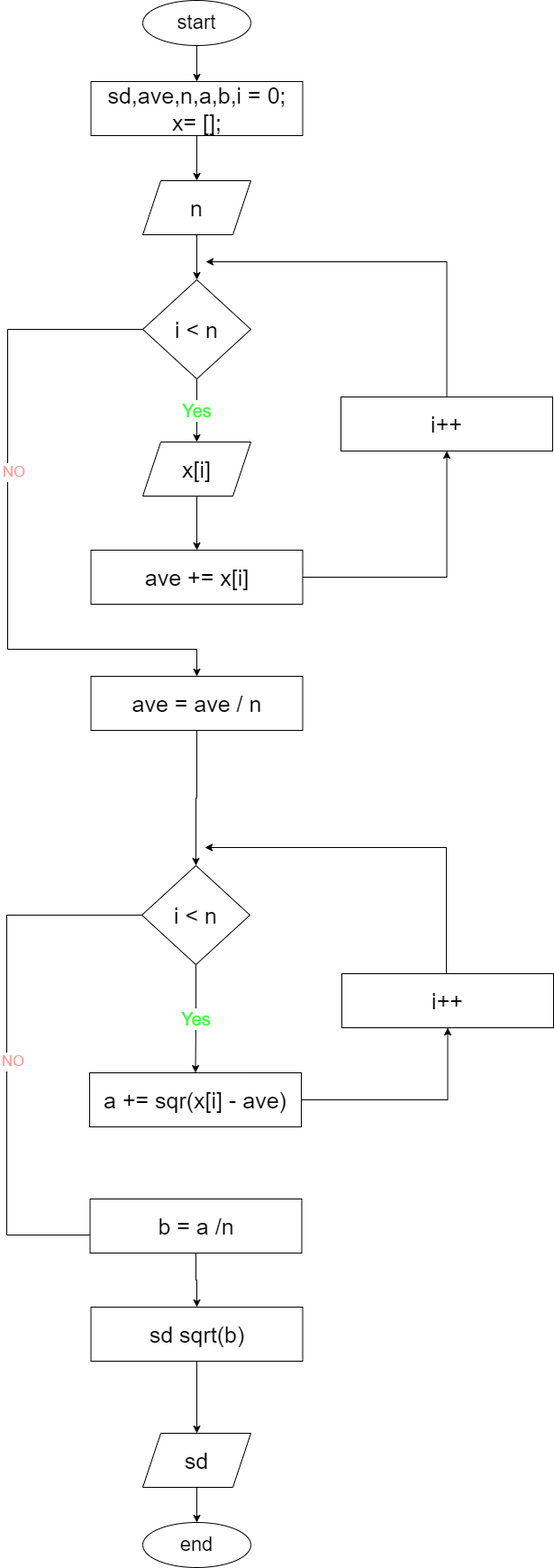
Above: Algorithms/Standard Deviation.drawio.png in 5alafawyyy/Cloud-Native-Base-Camp (draw.io), before the change. Source tidied: cells renumbered, new cells last; positions are measured from the earlier drawing's top-left corner, leaving out a move shared by most shapes. Source of this version:
```xml
<mxGraphModel>
  <root>
    <mxCell id="0" />
    <mxCell id="1" parent="0" />
    <mxCell id="2" style="edgeStyle=orthogonalEdgeStyle;rounded=0;jettySize=auto;html=1;" parent="1" edge="1" source="3" target="5">
      <mxGeometry relative="1" as="geometry" />
    </mxCell>
    <mxCell id="3" value="&lt;font style=&quot;font-size: 22px;&quot;&gt;start&lt;/font&gt;" style="ellipse;whiteSpace=wrap;html=1;" parent="1" vertex="1">
      <mxGeometry x="151" width="120" height="50" as="geometry" />
    </mxCell>
    <mxCell id="4" style="edgeStyle=orthogonalEdgeStyle;rounded=0;jettySize=auto;html=1;" parent="1" edge="1" source="5" target="7">
      <mxGeometry relative="1" as="geometry" />
    </mxCell>
    <mxCell id="5" value="&lt;font style=&quot;font-size: 25px;&quot;&gt;sd,ave,n,a,b,i = 0;&lt;br&gt;x= [];&lt;/font&gt;" style="rounded=0;whiteSpace=wrap;html=1;" parent="1" vertex="1">
      <mxGeometry x="93.5" y="90" width="235" height="60" as="geometry" />
    </mxCell>
    <mxCell id="6" style="edgeStyle=orthogonalEdgeStyle;rounded=0;jettySize=auto;html=1;" parent="1" edge="1" source="7" target="11">
      <mxGeometry relative="1" as="geometry" />
    </mxCell>
    <mxCell id="7" value="&lt;font style=&quot;font-size: 25px;&quot;&gt;n&lt;/font&gt;" style="shape=parallelogram;perimeter=parallelogramPerimeter;whiteSpace=wrap;html=1;fixedSize=1;" parent="1" vertex="1">
      <mxGeometry x="151" y="200" width="120" height="60" as="geometry" />
    </mxCell>
    <mxCell id="8" value="&lt;font color=&quot;#33ff33&quot; style=&quot;font-size: 20px;&quot;&gt;Yes&lt;/font&gt;" style="edgeStyle=orthogonalEdgeStyle;rounded=0;jettySize=auto;html=1;" parent="1" edge="1" source="11" target="13">
      <mxGeometry relative="1" as="geometry" />
    </mxCell>
    <mxCell id="9" style="edgeStyle=orthogonalEdgeStyle;rounded=0;jettySize=auto;html=1;entryX=0.5;entryY=0;entryDx=0;entryDy=0;exitX=0;exitY=0.5;exitDx=0;exitDy=0;" parent="1" edge="1" source="11" target="19">
      <mxGeometry relative="1" as="geometry">
        <Array as="points">
          <mxPoint x="1" y="365" />
          <mxPoint x="1" y="720" />
        </Array>
      </mxGeometry>
    </mxCell>
    <mxCell id="10" value="&lt;font color=&quot;#ff9999&quot; style=&quot;font-size: 17px;&quot;&gt;NO&lt;/font&gt;" style="edgeLabel;html=1;align=center;verticalAlign=middle;" parent="9" vertex="1">
      <mxGeometry x="-0.17" y="6" relative="1" as="geometry">
        <mxPoint y="-1" as="offset" />
      </mxGeometry>
    </mxCell>
    <mxCell id="11" value="&lt;font style=&quot;font-size: 25px;&quot;&gt;i &amp;lt; n&lt;/font&gt;" style="rhombus;whiteSpace=wrap;html=1;" parent="1" vertex="1">
      <mxGeometry x="151" y="310" width="120" height="110" as="geometry" />
    </mxCell>
    <mxCell id="12" style="edgeStyle=orthogonalEdgeStyle;rounded=0;jettySize=auto;html=1;entryX=0.5;entryY=0;entryDx=0;entryDy=0;" parent="1" edge="1" source="13" target="15">
      <mxGeometry relative="1" as="geometry" />
    </mxCell>
    <mxCell id="13" value="&lt;font style=&quot;font-size: 25px;&quot;&gt;x[i]&lt;/font&gt;" style="shape=parallelogram;perimeter=parallelogramPerimeter;whiteSpace=wrap;html=1;fixedSize=1;" parent="1" vertex="1">
      <mxGeometry x="151" y="490" width="120" height="60" as="geometry" />
    </mxCell>
    <mxCell id="14" style="edgeStyle=orthogonalEdgeStyle;rounded=0;jettySize=auto;html=1;entryX=0.5;entryY=1;entryDx=0;entryDy=0;" parent="1" edge="1" source="15" target="17">
      <mxGeometry relative="1" as="geometry" />
    </mxCell>
    <mxCell id="15" value="&lt;span style=&quot;font-size: 25px;&quot;&gt;ave += x[i]&lt;/span&gt;" style="rounded=0;whiteSpace=wrap;html=1;" parent="1" vertex="1">
      <mxGeometry x="93.5" y="610" width="235" height="60" as="geometry" />
    </mxCell>
    <mxCell id="16" style="edgeStyle=orthogonalEdgeStyle;rounded=0;jettySize=auto;html=1;" parent="1" edge="1" source="17">
      <mxGeometry relative="1" as="geometry">
        <mxPoint x="221" y="290" as="targetPoint" />
        <Array as="points">
          <mxPoint x="489" y="290" />
        </Array>
      </mxGeometry>
    </mxCell>
    <mxCell id="17" value="&lt;span style=&quot;font-size: 25px;&quot;&gt;i++&lt;/span&gt;" style="rounded=0;whiteSpace=wrap;html=1;" parent="1" vertex="1">
      <mxGeometry x="371" y="440" width="235" height="60" as="geometry" />
    </mxCell>
    <mxCell id="18" style="edgeStyle=orthogonalEdgeStyle;rounded=0;jettySize=auto;html=1;entryX=0.5;entryY=0;entryDx=0;entryDy=0;exitX=0.5;exitY=1;exitDx=0;exitDy=0;" parent="1" edge="1" source="19" target="23">
      <mxGeometry relative="1" as="geometry" />
    </mxCell>
    <mxCell id="19" value="&lt;span style=&quot;font-size: 25px;&quot;&gt;ave = ave / n&lt;/span&gt;" style="rounded=0;whiteSpace=wrap;html=1;" parent="1" vertex="1">
      <mxGeometry x="93.5" y="750" width="235" height="60" as="geometry" />
    </mxCell>
    <mxCell id="20" value="&lt;font color=&quot;#33ff33&quot; style=&quot;font-size: 20px;&quot;&gt;Yes&lt;/font&gt;" style="edgeStyle=orthogonalEdgeStyle;rounded=0;jettySize=auto;html=1;entryX=0.5;entryY=0;entryDx=0;entryDy=0;" parent="1" edge="1" source="23" target="25">
      <mxGeometry relative="1" as="geometry" />
    </mxCell>
    <mxCell id="21" style="edgeStyle=orthogonalEdgeStyle;rounded=0;jettySize=auto;html=1;entryX=0.5;entryY=0;entryDx=0;entryDy=0;exitX=0;exitY=0.5;exitDx=0;exitDy=0;" parent="1" edge="1" source="23" target="29">
      <mxGeometry relative="1" as="geometry">
        <Array as="points">
          <mxPoint y="1015" />
          <mxPoint y="1370" />
        </Array>
      </mxGeometry>
    </mxCell>
    <mxCell id="22" value="&lt;font color=&quot;#ff9999&quot; style=&quot;font-size: 17px;&quot;&gt;NO&lt;/font&gt;" style="edgeLabel;html=1;align=center;verticalAlign=middle;" parent="21" vertex="1">
      <mxGeometry x="-0.17" y="6" relative="1" as="geometry">
        <mxPoint y="-1" as="offset" />
      </mxGeometry>
    </mxCell>
    <mxCell id="23" value="&lt;font style=&quot;font-size: 25px;&quot;&gt;i &amp;lt; n&lt;/font&gt;" style="rhombus;whiteSpace=wrap;html=1;" parent="1" vertex="1">
      <mxGeometry x="150" y="960" width="120" height="110" as="geometry" />
    </mxCell>
    <mxCell id="24" style="edgeStyle=orthogonalEdgeStyle;rounded=0;jettySize=auto;html=1;entryX=0.5;entryY=1;entryDx=0;entryDy=0;" parent="1" edge="1" source="25" target="27">
      <mxGeometry relative="1" as="geometry" />
    </mxCell>
    <mxCell id="25" value="&lt;span style=&quot;font-size: 25px;&quot;&gt;a += sqr(x[i] - ave)&lt;/span&gt;" style="rounded=0;whiteSpace=wrap;html=1;" parent="1" vertex="1">
      <mxGeometry x="92" y="1190" width="235" height="60" as="geometry" />
    </mxCell>
    <mxCell id="26" style="edgeStyle=orthogonalEdgeStyle;rounded=0;jettySize=auto;html=1;" parent="1" edge="1" source="27">
      <mxGeometry relative="1" as="geometry">
        <mxPoint x="220" y="940" as="targetPoint" />
        <Array as="points">
          <mxPoint x="488" y="940" />
        </Array>
      </mxGeometry>
    </mxCell>
    <mxCell id="27" value="&lt;span style=&quot;font-size: 25px;&quot;&gt;i++&lt;/span&gt;" style="rounded=0;whiteSpace=wrap;html=1;" parent="1" vertex="1">
      <mxGeometry x="372" y="1080" width="235" height="60" as="geometry" />
    </mxCell>
    <mxCell id="28" style="edgeStyle=orthogonalEdgeStyle;rounded=0;jettySize=auto;html=1;" parent="1" edge="1" source="29" target="31">
      <mxGeometry relative="1" as="geometry" />
    </mxCell>
    <mxCell id="29" value="&lt;span style=&quot;font-size: 25px;&quot;&gt;b = a /n&lt;/span&gt;" style="rounded=0;whiteSpace=wrap;html=1;" parent="1" vertex="1">
      <mxGeometry x="92.5" y="1330" width="235" height="60" as="geometry" />
    </mxCell>
    <mxCell id="30" style="edgeStyle=orthogonalEdgeStyle;rounded=0;jettySize=auto;html=1;" parent="1" edge="1" source="31" target="33">
      <mxGeometry relative="1" as="geometry" />
    </mxCell>
    <mxCell id="31" value="&lt;span style=&quot;font-size: 25px;&quot;&gt;sd sqrt(b)&lt;/span&gt;" style="rounded=0;whiteSpace=wrap;html=1;" parent="1" vertex="1">
      <mxGeometry x="93.5" y="1450" width="235" height="60" as="geometry" />
    </mxCell>
    <mxCell id="32" style="edgeStyle=orthogonalEdgeStyle;rounded=0;jettySize=auto;html=1;" parent="1" edge="1" source="33" target="34">
      <mxGeometry relative="1" as="geometry" />
    </mxCell>
    <mxCell id="33" value="&lt;font style=&quot;font-size: 25px;&quot;&gt;sd&lt;/font&gt;" style="shape=parallelogram;perimeter=parallelogramPerimeter;whiteSpace=wrap;html=1;fixedSize=1;" parent="1" vertex="1">
      <mxGeometry x="151" y="1590" width="120" height="60" as="geometry" />
    </mxCell>
    <mxCell id="34" value="&lt;span style=&quot;font-size: 22px;&quot;&gt;end&lt;/span&gt;" style="ellipse;whiteSpace=wrap;html=1;" parent="1" vertex="1">
      <mxGeometry x="151" y="1689" width="120" height="50" as="geometry" />
    </mxCell>
  </root>
</mxGraphModel>
```
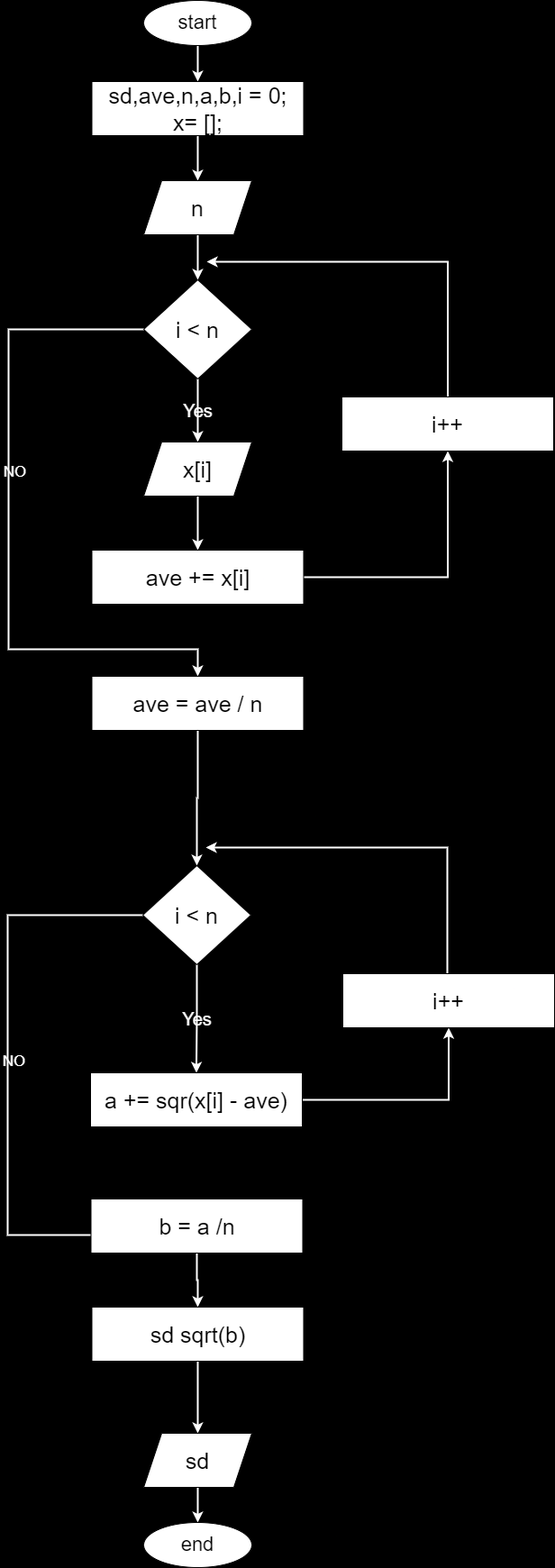
After the commit.

Change to the diagram source:
```diff
@@ -1,29 +1,29 @@
-<mxGraphModel>
+<mxGraphModel background="#000000">
   <root>
     <mxCell id="0" />
     <mxCell id="1" parent="0" />
-    <mxCell id="2" style="edgeStyle=orthogonalEdgeStyle;rounded=0;jettySize=auto;html=1;" parent="1" edge="1" source="3" target="5">
+    <mxCell id="2" style="edgeStyle=orthogonalEdgeStyle;rounded=0;jettySize=auto;html=1;fontColor=#FFFFFF;labelBackgroundColor=none;strokeColor=#FFFFFF;strokeWidth=2;" parent="1" edge="1" source="3" target="5">
       <mxGeometry relative="1" as="geometry" />
     </mxCell>
     <mxCell id="3" value="&lt;font style=&quot;font-size: 22px;&quot;&gt;start&lt;/font&gt;" style="ellipse;whiteSpace=wrap;html=1;" parent="1" vertex="1">
       <mxGeometry x="151" width="120" height="50" as="geometry" />
     </mxCell>
-    <mxCell id="4" style="edgeStyle=orthogonalEdgeStyle;rounded=0;jettySize=auto;html=1;" parent="1" edge="1" source="5" target="7">
+    <mxCell id="4" style="edgeStyle=orthogonalEdgeStyle;rounded=0;jettySize=auto;html=1;fontColor=#FFFFFF;labelBackgroundColor=none;strokeColor=#FFFFFF;strokeWidth=2;" parent="1" edge="1" source="5" target="7">
       <mxGeometry relative="1" as="geometry" />
     </mxCell>
     <mxCell id="5" value="&lt;font style=&quot;font-size: 25px;&quot;&gt;sd,ave,n,a,b,i = 0;&lt;br&gt;x= [];&lt;/font&gt;" style="rounded=0;whiteSpace=wrap;html=1;" parent="1" vertex="1">
       <mxGeometry x="93.5" y="90" width="235" height="60" as="geometry" />
     </mxCell>
-    <mxCell id="6" style="edgeStyle=orthogonalEdgeStyle;rounded=0;jettySize=auto;html=1;" parent="1" edge="1" source="7" target="11">
+    <mxCell id="6" style="edgeStyle=orthogonalEdgeStyle;rounded=0;jettySize=auto;html=1;fontColor=#FFFFFF;labelBackgroundColor=none;strokeColor=#FFFFFF;strokeWidth=2;" parent="1" edge="1" source="7" target="11">
       <mxGeometry relative="1" as="geometry" />
     </mxCell>
     <mxCell id="7" value="&lt;font style=&quot;font-size: 25px;&quot;&gt;n&lt;/font&gt;" style="shape=parallelogram;perimeter=parallelogramPerimeter;whiteSpace=wrap;html=1;fixedSize=1;" parent="1" vertex="1">
       <mxGeometry x="151" y="200" width="120" height="60" as="geometry" />
     </mxCell>
-    <mxCell id="8" value="&lt;font color=&quot;#33ff33&quot; style=&quot;font-size: 20px;&quot;&gt;Yes&lt;/font&gt;" style="edgeStyle=orthogonalEdgeStyle;rounded=0;jettySize=auto;html=1;" parent="1" edge="1" source="11" target="13">
+    <mxCell id="8" value="&lt;font style=&quot;font-size: 20px;&quot;&gt;Yes&lt;/font&gt;" style="edgeStyle=orthogonalEdgeStyle;rounded=0;jettySize=auto;html=1;fontColor=#FFFFFF;labelBackgroundColor=none;strokeColor=#FFFFFF;strokeWidth=2;" parent="1" edge="1" source="11" target="13">
       <mxGeometry relative="1" as="geometry" />
     </mxCell>
-    <mxCell id="9" style="edgeStyle=orthogonalEdgeStyle;rounded=0;jettySize=auto;html=1;entryX=0.5;entryY=0;entryDx=0;entryDy=0;exitX=0;exitY=0.5;exitDx=0;exitDy=0;" parent="1" edge="1" source="11" target="19">
+    <mxCell id="9" style="edgeStyle=orthogonalEdgeStyle;rounded=0;jettySize=auto;html=1;entryX=0.5;entryY=0;entryDx=0;entryDy=0;exitX=0;exitY=0.5;exitDx=0;exitDy=0;fontColor=#FFFFFF;labelBackgroundColor=none;strokeColor=#FFFFFF;strokeWidth=2;" parent="1" edge="1" source="11" target="19">
       <mxGeometry relative="1" as="geometry">
         <Array as="points">
           <mxPoint x="1" y="365" />
@@ -31,7 +31,7 @@
         </Array>
       </mxGeometry>
     </mxCell>
-    <mxCell id="10" value="&lt;font color=&quot;#ff9999&quot; style=&quot;font-size: 17px;&quot;&gt;NO&lt;/font&gt;" style="edgeLabel;html=1;align=center;verticalAlign=middle;" parent="9" vertex="1">
+    <mxCell id="10" value="&lt;font style=&quot;font-size: 17px;&quot;&gt;NO&lt;/font&gt;" style="edgeLabel;html=1;align=center;verticalAlign=middle;fontColor=#FFFFFF;labelBackgroundColor=none;" parent="9" vertex="1">
       <mxGeometry x="-0.17" y="6" relative="1" as="geometry">
         <mxPoint y="-1" as="offset" />
       </mxGeometry>
@@ -39,19 +39,19 @@
     <mxCell id="11" value="&lt;font style=&quot;font-size: 25px;&quot;&gt;i &amp;lt; n&lt;/font&gt;" style="rhombus;whiteSpace=wrap;html=1;" parent="1" vertex="1">
       <mxGeometry x="151" y="310" width="120" height="110" as="geometry" />
     </mxCell>
-    <mxCell id="12" style="edgeStyle=orthogonalEdgeStyle;rounded=0;jettySize=auto;html=1;entryX=0.5;entryY=0;entryDx=0;entryDy=0;" parent="1" edge="1" source="13" target="15">
+    <mxCell id="12" style="edgeStyle=orthogonalEdgeStyle;rounded=0;jettySize=auto;html=1;entryX=0.5;entryY=0;entryDx=0;entryDy=0;fontColor=#FFFFFF;labelBackgroundColor=none;strokeColor=#FFFFFF;strokeWidth=2;" parent="1" edge="1" source="13" target="15">
       <mxGeometry relative="1" as="geometry" />
     </mxCell>
     <mxCell id="13" value="&lt;font style=&quot;font-size: 25px;&quot;&gt;x[i]&lt;/font&gt;" style="shape=parallelogram;perimeter=parallelogramPerimeter;whiteSpace=wrap;html=1;fixedSize=1;" parent="1" vertex="1">
       <mxGeometry x="151" y="490" width="120" height="60" as="geometry" />
     </mxCell>
-    <mxCell id="14" style="edgeStyle=orthogonalEdgeStyle;rounded=0;jettySize=auto;html=1;entryX=0.5;entryY=1;entryDx=0;entryDy=0;" parent="1" edge="1" source="15" target="17">
+    <mxCell id="14" style="edgeStyle=orthogonalEdgeStyle;rounded=0;jettySize=auto;html=1;entryX=0.5;entryY=1;entryDx=0;entryDy=0;fontColor=#FFFFFF;labelBackgroundColor=none;strokeColor=#FFFFFF;strokeWidth=2;" parent="1" edge="1" source="15" target="17">
       <mxGeometry relative="1" as="geometry" />
     </mxCell>
     <mxCell id="15" value="&lt;span style=&quot;font-size: 25px;&quot;&gt;ave += x[i]&lt;/span&gt;" style="rounded=0;whiteSpace=wrap;html=1;" parent="1" vertex="1">
       <mxGeometry x="93.5" y="610" width="235" height="60" as="geometry" />
     </mxCell>
-    <mxCell id="16" style="edgeStyle=orthogonalEdgeStyle;rounded=0;jettySize=auto;html=1;" parent="1" edge="1" source="17">
+    <mxCell id="16" style="edgeStyle=orthogonalEdgeStyle;rounded=0;jettySize=auto;html=1;fontColor=#FFFFFF;labelBackgroundColor=none;strokeColor=#FFFFFF;strokeWidth=2;" parent="1" edge="1" source="17">
       <mxGeometry relative="1" as="geometry">
         <mxPoint x="221" y="290" as="targetPoint" />
         <Array as="points">
@@ -62,16 +62,16 @@
     <mxCell id="17" value="&lt;span style=&quot;font-size: 25px;&quot;&gt;i++&lt;/span&gt;" style="rounded=0;whiteSpace=wrap;html=1;" parent="1" vertex="1">
       <mxGeometry x="371" y="440" width="235" height="60" as="geometry" />
     </mxCell>
-    <mxCell id="18" style="edgeStyle=orthogonalEdgeStyle;rounded=0;jettySize=auto;html=1;entryX=0.5;entryY=0;entryDx=0;entryDy=0;exitX=0.5;exitY=1;exitDx=0;exitDy=0;" parent="1" edge="1" source="19" target="23">
+    <mxCell id="18" style="edgeStyle=orthogonalEdgeStyle;rounded=0;jettySize=auto;html=1;entryX=0.5;entryY=0;entryDx=0;entryDy=0;exitX=0.5;exitY=1;exitDx=0;exitDy=0;fontColor=#FFFFFF;labelBackgroundColor=none;strokeColor=#FFFFFF;strokeWidth=2;" parent="1" edge="1" source="19" target="23">
       <mxGeometry relative="1" as="geometry" />
     </mxCell>
     <mxCell id="19" value="&lt;span style=&quot;font-size: 25px;&quot;&gt;ave = ave / n&lt;/span&gt;" style="rounded=0;whiteSpace=wrap;html=1;" parent="1" vertex="1">
       <mxGeometry x="93.5" y="750" width="235" height="60" as="geometry" />
     </mxCell>
-    <mxCell id="20" value="&lt;font color=&quot;#33ff33&quot; style=&quot;font-size: 20px;&quot;&gt;Yes&lt;/font&gt;" style="edgeStyle=orthogonalEdgeStyle;rounded=0;jettySize=auto;html=1;entryX=0.5;entryY=0;entryDx=0;entryDy=0;" parent="1" edge="1" source="23" target="25">
+    <mxCell id="20" value="&lt;font style=&quot;font-size: 20px;&quot;&gt;Yes&lt;/font&gt;" style="edgeStyle=orthogonalEdgeStyle;rounded=0;jettySize=auto;html=1;entryX=0.5;entryY=0;entryDx=0;entryDy=0;fontColor=#FFFFFF;labelBackgroundColor=none;strokeColor=#FFFFFF;strokeWidth=2;" parent="1" edge="1" source="23" target="25">
       <mxGeometry relative="1" as="geometry" />
     </mxCell>
-    <mxCell id="21" style="edgeStyle=orthogonalEdgeStyle;rounded=0;jettySize=auto;html=1;entryX=0.5;entryY=0;entryDx=0;entryDy=0;exitX=0;exitY=0.5;exitDx=0;exitDy=0;" parent="1" edge="1" source="23" target="29">
+    <mxCell id="21" style="edgeStyle=orthogonalEdgeStyle;rounded=0;jettySize=auto;html=1;entryX=0.5;entryY=0;entryDx=0;entryDy=0;exitX=0;exitY=0.5;exitDx=0;exitDy=0;fontColor=#FFFFFF;labelBackgroundColor=none;strokeColor=#FFFFFF;strokeWidth=2;" parent="1" edge="1" source="23" target="29">
       <mxGeometry relative="1" as="geometry">
         <Array as="points">
           <mxPoint y="1015" />
@@ -79,7 +79,7 @@
         </Array>
       </mxGeometry>
     </mxCell>
-    <mxCell id="22" value="&lt;font color=&quot;#ff9999&quot; style=&quot;font-size: 17px;&quot;&gt;NO&lt;/font&gt;" style="edgeLabel;html=1;align=center;verticalAlign=middle;" parent="21" vertex="1">
+    <mxCell id="22" value="&lt;font style=&quot;font-size: 17px;&quot;&gt;NO&lt;/font&gt;" style="edgeLabel;html=1;align=center;verticalAlign=middle;fontColor=#FFFFFF;labelBackgroundColor=none;" parent="21" vertex="1">
       <mxGeometry x="-0.17" y="6" relative="1" as="geometry">
         <mxPoint y="-1" as="offset" />
       </mxGeometry>
@@ -87,13 +87,13 @@
     <mxCell id="23" value="&lt;font style=&quot;font-size: 25px;&quot;&gt;i &amp;lt; n&lt;/font&gt;" style="rhombus;whiteSpace=wrap;html=1;" parent="1" vertex="1">
       <mxGeometry x="150" y="960" width="120" height="110" as="geometry" />
     </mxCell>
-    <mxCell id="24" style="edgeStyle=orthogonalEdgeStyle;rounded=0;jettySize=auto;html=1;entryX=0.5;entryY=1;entryDx=0;entryDy=0;" parent="1" edge="1" source="25" target="27">
+    <mxCell id="24" style="edgeStyle=orthogonalEdgeStyle;rounded=0;jettySize=auto;html=1;entryX=0.5;entryY=1;entryDx=0;entryDy=0;fontColor=#FFFFFF;labelBackgroundColor=none;strokeColor=#FFFFFF;strokeWidth=2;" parent="1" edge="1" source="25" target="27">
       <mxGeometry relative="1" as="geometry" />
     </mxCell>
     <mxCell id="25" value="&lt;span style=&quot;font-size: 25px;&quot;&gt;a += sqr(x[i] - ave)&lt;/span&gt;" style="rounded=0;whiteSpace=wrap;html=1;" parent="1" vertex="1">
       <mxGeometry x="92" y="1190" width="235" height="60" as="geometry" />
     </mxCell>
-    <mxCell id="26" style="edgeStyle=orthogonalEdgeStyle;rounded=0;jettySize=auto;html=1;" parent="1" edge="1" source="27">
+    <mxCell id="26" style="edgeStyle=orthogonalEdgeStyle;rounded=0;jettySize=auto;html=1;fontColor=#FFFFFF;labelBackgroundColor=none;strokeColor=#FFFFFF;strokeWidth=2;" parent="1" edge="1" source="27">
       <mxGeometry relative="1" as="geometry">
         <mxPoint x="220" y="940" as="targetPoint" />
         <Array as="points">
@@ -104,19 +104,19 @@
     <mxCell id="27" value="&lt;span style=&quot;font-size: 25px;&quot;&gt;i++&lt;/span&gt;" style="rounded=0;whiteSpace=wrap;html=1;" parent="1" vertex="1">
       <mxGeometry x="372" y="1080" width="235" height="60" as="geometry" />
     </mxCell>
-    <mxCell id="28" style="edgeStyle=orthogonalEdgeStyle;rounded=0;jettySize=auto;html=1;" parent="1" edge="1" source="29" target="31">
+    <mxCell id="28" style="edgeStyle=orthogonalEdgeStyle;rounded=0;jettySize=auto;html=1;fontColor=#FFFFFF;labelBackgroundColor=none;strokeColor=#FFFFFF;strokeWidth=2;" parent="1" edge="1" source="29" target="31">
       <mxGeometry relative="1" as="geometry" />
     </mxCell>
     <mxCell id="29" value="&lt;span style=&quot;font-size: 25px;&quot;&gt;b = a /n&lt;/span&gt;" style="rounded=0;whiteSpace=wrap;html=1;" parent="1" vertex="1">
       <mxGeometry x="92.5" y="1330" width="235" height="60" as="geometry" />
     </mxCell>
-    <mxCell id="30" style="edgeStyle=orthogonalEdgeStyle;rounded=0;jettySize=auto;html=1;" parent="1" edge="1" source="31" target="33">
+    <mxCell id="30" style="edgeStyle=orthogonalEdgeStyle;rounded=0;jettySize=auto;html=1;fontColor=#FFFFFF;labelBackgroundColor=none;strokeColor=#FFFFFF;strokeWidth=2;" parent="1" edge="1" source="31" target="33">
       <mxGeometry relative="1" as="geometry" />
     </mxCell>
     <mxCell id="31" value="&lt;span style=&quot;font-size: 25px;&quot;&gt;sd sqrt(b)&lt;/span&gt;" style="rounded=0;whiteSpace=wrap;html=1;" parent="1" vertex="1">
       <mxGeometry x="93.5" y="1450" width="235" height="60" as="geometry" />
     </mxCell>
-    <mxCell id="32" style="edgeStyle=orthogonalEdgeStyle;rounded=0;jettySize=auto;html=1;" parent="1" edge="1" source="33" target="34">
+    <mxCell id="32" style="edgeStyle=orthogonalEdgeStyle;rounded=0;jettySize=auto;html=1;fontColor=#FFFFFF;labelBackgroundColor=none;strokeColor=#FFFFFF;strokeWidth=2;" parent="1" edge="1" source="33" target="34">
       <mxGeometry relative="1" as="geometry" />
     </mxCell>
     <mxCell id="33" value="&lt;font style=&quot;font-size: 25px;&quot;&gt;sd&lt;/font&gt;" style="shape=parallelogram;perimeter=parallelogramPerimeter;whiteSpace=wrap;html=1;fixedSize=1;" parent="1" vertex="1">
```
